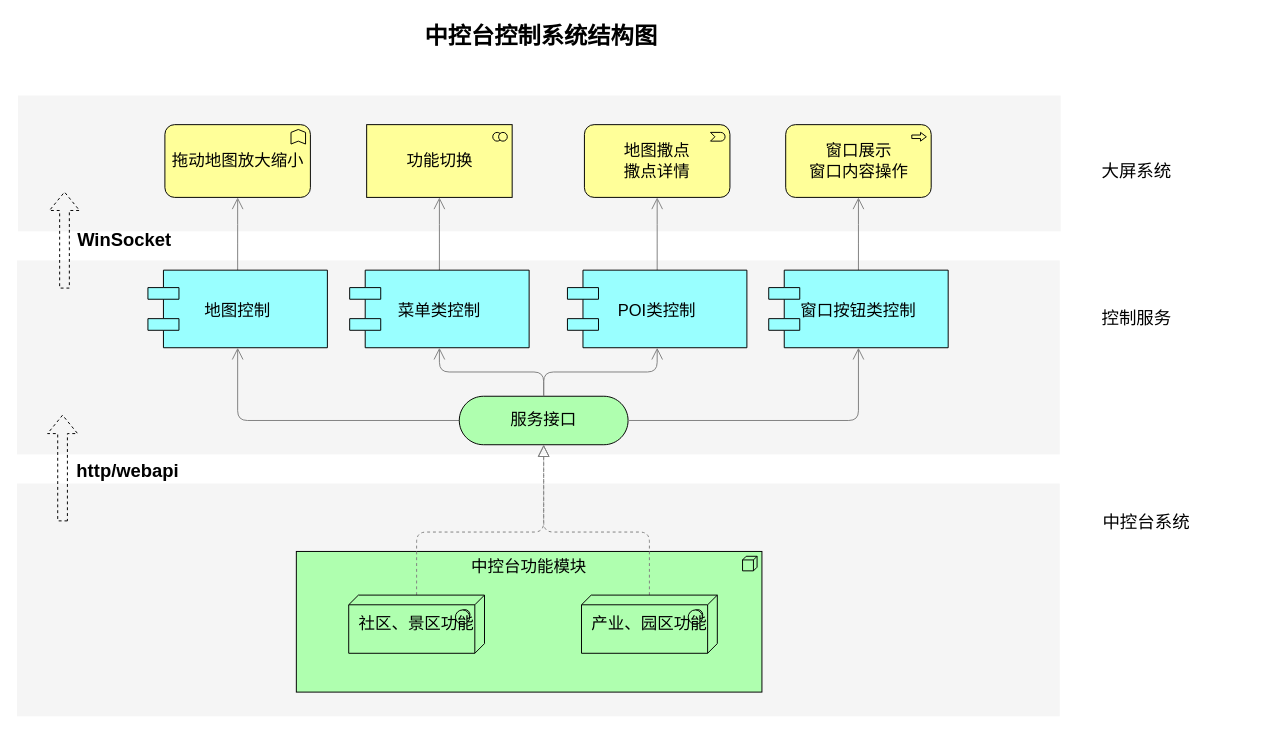
This is soft arch Lingang.drawio from DeanTuYu/DrawIo, a draw.io file, before an edit. Source tidied: cells renumbered, new cells numbered last; positions are measured from the earlier drawing's top-left corner, leaving out a move shared by most shapes. Both pictures are drawn from the tidied source at 97%, with x=0, y=0 at pixel (16, 16).
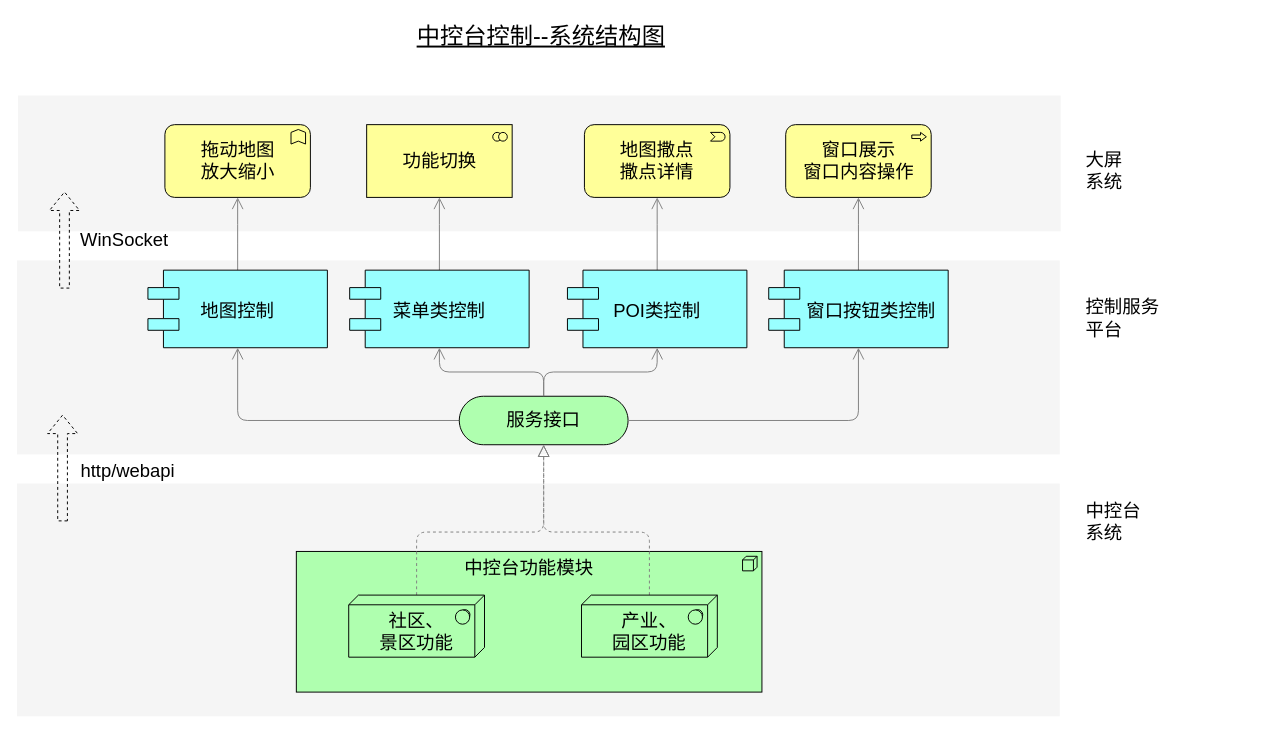
The same page after the edit.

What changed in the source:
```diff
@@
-    <mxCell id="2" style="whiteSpace=wrap;html=1;strokeColor=none;strokeWidth=1;fillColor=#f5f5f5;fontSize=14;" parent="1" vertex="1">
+    <mxCell id="2" style="whiteSpace=wrap;html=1;strokeColor=none;strokeWidth=1;fillColor=#f5f5f5;fontSize=19;" parent="1" vertex="1">
       <mxGeometry y="481" width="1075" height="240" as="geometry" />
     </mxCell>
-    <mxCell id="3" style="whiteSpace=wrap;html=1;strokeColor=none;strokeWidth=1;fillColor=#f5f5f5;fontSize=14;" parent="1" vertex="1">
+    <mxCell id="3" style="whiteSpace=wrap;html=1;strokeColor=none;strokeWidth=1;fillColor=#f5f5f5;fontSize=19;" parent="1" vertex="1">
       <mxGeometry y="251" width="1075" height="200" as="geometry" />
     </mxCell>
-    <mxCell id="4" style="whiteSpace=wrap;html=1;strokeColor=none;strokeWidth=1;fillColor=#f5f5f5;fontSize=14;" parent="1" vertex="1">
+    <mxCell id="4" style="whiteSpace=wrap;html=1;strokeColor=none;strokeWidth=1;fillColor=#f5f5f5;fontSize=19;" parent="1" vertex="1">
       <mxGeometry x="1" y="81" width="1075" height="140" as="geometry" />
     </mxCell>
-    <mxCell id="5" value="中控台功能模块" style="html=1;whiteSpace=wrap;fillColor=#AFFFAF;strokeColor=#000000;shape=mxgraph.archimate3.application;appType=node;archiType=square;fontSize=17;verticalAlign=top;" parent="1" vertex="1">
+    <mxCell id="5" value="中控台功能模块" style="html=1;whiteSpace=wrap;fillColor=#AFFFAF;strokeColor=#000000;shape=mxgraph.archimate3.application;appType=node;archiType=square;fontSize=19;verticalAlign=top;" parent="1" vertex="1">
       <mxGeometry x="288" y="551" width="480" height="145" as="geometry" />
     </mxCell>
-    <mxCell id="6" style="edgeStyle=orthogonalEdgeStyle;rounded=1;elbow=vertical;html=1;startSize=10;endArrow=block;endFill=0;endSize=10;jettySize=auto;strokeColor=#808080;fontSize=14;dashed=1;" parent="1" edge="1" source="7" target="12">
+    <mxCell id="6" style="edgeStyle=orthogonalEdgeStyle;rounded=1;elbow=vertical;html=1;startSize=10;endArrow=block;endFill=0;endSize=10;jettySize=auto;strokeColor=#808080;fontSize=19;dashed=1;" parent="1" edge="1" source="7" target="12">
       <mxGeometry relative="1" as="geometry">
         <Array as="points">
           <mxPoint x="412" y="531" />
           <mxPoint x="543" y="531" />
         </Array>
       </mxGeometry>
     </mxCell>
-    <mxCell id="7" value="社区、景区功能" style="html=1;whiteSpace=wrap;fillColor=#AFFFAF;strokeColor=#000000;shape=mxgraph.archimate3.tech;techType=sysSw;fontSize=17;" parent="1" vertex="1">
-      <mxGeometry x="342" y="596" width="140" height="60" as="geometry" />
+    <mxCell id="7" value="社区、&lt;br&gt;景区功能" style="html=1;whiteSpace=wrap;fillColor=#AFFFAF;strokeColor=#000000;shape=mxgraph.archimate3.tech;techType=sysSw;fontSize=19;verticalAlign=bottom;" parent="1" vertex="1">
+      <mxGeometry x="342" y="596" width="140" height="64" as="geometry" />
     </mxCell>
-    <mxCell id="8" style="edgeStyle=orthogonalEdgeStyle;rounded=1;elbow=vertical;html=1;startSize=10;endArrow=block;endFill=0;endSize=10;jettySize=auto;strokeColor=#808080;fontSize=14;dashed=1;entryX=0.5;entryY=1;entryDx=0;entryDy=0;entryPerimeter=0;" parent="1" edge="1" source="9" target="12">
+    <mxCell id="8" style="edgeStyle=orthogonalEdgeStyle;rounded=1;elbow=vertical;html=1;startSize=10;endArrow=block;endFill=0;endSize=10;jettySize=auto;strokeColor=#808080;fontSize=19;dashed=1;entryX=0.5;entryY=1;entryDx=0;entryDy=0;entryPerimeter=0;" parent="1" edge="1" source="9" target="12">
       <mxGeometry relative="1" as="geometry">
         <Array as="points">
           <mxPoint x="652" y="531" />
           <mxPoint x="543" y="531" />
         </Array>
       </mxGeometry>
     </mxCell>
-    <mxCell id="9" value="&lt;div style=&quot;font-size: 17px;&quot;&gt;产业、园区功能&lt;/div&gt;" style="html=1;whiteSpace=wrap;fillColor=#AFFFAF;strokeColor=#000000;shape=mxgraph.archimate3.tech;techType=sysSw;fontSize=17;" parent="1" vertex="1">
-      <mxGeometry x="582" y="596" width="140" height="60" as="geometry" />
+    <mxCell id="9" value="&lt;div style=&quot;font-size: 19px&quot;&gt;产业、&lt;/div&gt;&lt;div style=&quot;font-size: 19px&quot;&gt;园区功能&lt;/div&gt;" style="html=1;whiteSpace=wrap;fillColor=#AFFFAF;strokeColor=#000000;shape=mxgraph.archimate3.tech;techType=sysSw;fontSize=19;verticalAlign=bottom;" parent="1" vertex="1">
+      <mxGeometry x="582" y="596" width="140" height="64" as="geometry" />
     </mxCell>
-    <mxCell id="10" style="edgeStyle=orthogonalEdgeStyle;rounded=1;elbow=vertical;html=1;startSize=10;endArrow=open;endFill=0;endSize=10;jettySize=auto;strokeColor=#808080;fontSize=14;" parent="1" edge="1" source="12" target="18">
+    <mxCell id="10" style="edgeStyle=orthogonalEdgeStyle;rounded=1;elbow=vertical;html=1;startSize=10;endArrow=open;endFill=0;endSize=10;jettySize=auto;strokeColor=#808080;fontSize=19;" parent="1" edge="1" source="12" target="18">
       <mxGeometry relative="1" as="geometry" />
     </mxCell>
-    <mxCell id="11" style="rounded=1;elbow=vertical;html=1;startSize=10;endArrow=open;endFill=0;endSize=10;jettySize=auto;strokeColor=#808080;fontSize=14;entryX=0.5;entryY=1;exitX=0.265;exitY=0.007;exitPerimeter=0;edgeStyle=orthogonalEdgeStyle;entryDx=0;entryDy=0;" parent="1" edge="1" source="12" target="16">
+    <mxCell id="11" style="rounded=1;elbow=vertical;html=1;startSize=10;endArrow=open;endFill=0;endSize=10;jettySize=auto;strokeColor=#808080;fontSize=19;entryX=0.5;entryY=1;exitX=0.265;exitY=0.007;exitPerimeter=0;edgeStyle=orthogonalEdgeStyle;entryDx=0;entryDy=0;" parent="1" edge="1" source="12" target="16">
       <mxGeometry relative="1" as="geometry">
         <Array as="points">
           <mxPoint x="502" y="416" />
           <mxPoint x="228" y="416" />
         </Array>
       </mxGeometry>
     </mxCell>
-    <mxCell id="12" value="服务接口" style="html=1;whiteSpace=wrap;fillColor=#AFFFAF;strokeColor=#000000;shape=mxgraph.archimate3.service;fontSize=17;" parent="1" vertex="1">
+    <mxCell id="12" value="服务接口" style="html=1;whiteSpace=wrap;fillColor=#AFFFAF;strokeColor=#000000;shape=mxgraph.archimate3.service;fontSize=19;" parent="1" vertex="1">
       <mxGeometry x="456" y="391" width="174" height="50" as="geometry" />
     </mxCell>
-    <mxCell id="13" style="rounded=1;elbow=vertical;html=1;startSize=10;endArrow=open;endFill=0;endSize=10;jettySize=auto;strokeColor=#808080;fontSize=14;edgeStyle=orthogonalEdgeStyle;" parent="1" edge="1" source="12" target="22">
+    <mxCell id="13" style="rounded=1;elbow=vertical;html=1;startSize=10;endArrow=open;endFill=0;endSize=10;jettySize=auto;strokeColor=#808080;fontSize=19;edgeStyle=orthogonalEdgeStyle;" parent="1" edge="1" source="12" target="22">
       <mxGeometry relative="1" as="geometry" />
     </mxCell>
-    <mxCell id="14" style="edgeStyle=orthogonalEdgeStyle;rounded=1;elbow=vertical;html=1;startSize=10;endArrow=open;endFill=0;endSize=10;jettySize=auto;strokeColor=#808080;fontSize=14;entryX=0.5;entryY=1;" parent="1" edge="1" source="12" target="20">
+    <mxCell id="14" style="edgeStyle=orthogonalEdgeStyle;rounded=1;elbow=vertical;html=1;startSize=10;endArrow=open;endFill=0;endSize=10;jettySize=auto;strokeColor=#808080;fontSize=19;entryX=0.5;entryY=1;" parent="1" edge="1" source="12" target="20">
       <mxGeometry relative="1" as="geometry" />
     </mxCell>
-    <mxCell id="15" style="edgeStyle=elbowEdgeStyle;rounded=1;elbow=vertical;html=1;startSize=10;endArrow=open;endFill=0;endSize=10;jettySize=auto;strokeColor=#808080;fontSize=14;" parent="1" edge="1" source="16" target="23">
+    <mxCell id="15" style="edgeStyle=elbowEdgeStyle;rounded=1;elbow=vertical;html=1;startSize=10;endArrow=open;endFill=0;endSize=10;jettySize=auto;strokeColor=#808080;fontSize=19;" parent="1" edge="1" source="16" target="23">
       <mxGeometry relative="1" as="geometry" />
     </mxCell>
-    <mxCell id="16" value="地图控制" style="shape=component;align=center;strokeColor=#000000;fillColor=#99ffff;gradientColor=none;fontSize=17;" parent="1" vertex="1">
+    <mxCell id="16" value="地图控制" style="shape=component;align=center;strokeColor=#000000;fillColor=#99ffff;gradientColor=none;fontSize=19;" parent="1" vertex="1">
       <mxGeometry x="135" y="261" width="185" height="80" as="geometry" />
     </mxCell>
-    <mxCell id="17" style="edgeStyle=elbowEdgeStyle;rounded=1;elbow=vertical;html=1;startSize=10;endArrow=open;endFill=0;endSize=10;jettySize=auto;strokeColor=#808080;fontSize=14;" parent="1" edge="1" source="18" target="24">
+    <mxCell id="17" style="edgeStyle=elbowEdgeStyle;rounded=1;elbow=vertical;html=1;startSize=10;endArrow=open;endFill=0;endSize=10;jettySize=auto;strokeColor=#808080;fontSize=19;" parent="1" edge="1" source="18" target="24">
       <mxGeometry relative="1" as="geometry" />
     </mxCell>
-    <mxCell id="18" value="菜单类控制" style="shape=component;align=center;strokeColor=#000000;fillColor=#99ffff;gradientColor=none;fontSize=17;" parent="1" vertex="1">
+    <mxCell id="18" value="菜单类控制" style="shape=component;align=center;strokeColor=#000000;fillColor=#99ffff;gradientColor=none;fontSize=19;" parent="1" vertex="1">
       <mxGeometry x="343" y="261" width="185" height="80" as="geometry" />
     </mxCell>
-    <mxCell id="19" style="edgeStyle=elbowEdgeStyle;rounded=1;elbow=vertical;html=1;startSize=10;endArrow=open;endFill=0;endSize=10;jettySize=auto;strokeColor=#808080;fontSize=14;" parent="1" edge="1" source="20" target="25">
+    <mxCell id="19" style="edgeStyle=elbowEdgeStyle;rounded=1;elbow=vertical;html=1;startSize=10;endArrow=open;endFill=0;endSize=10;jettySize=auto;strokeColor=#808080;fontSize=19;" parent="1" edge="1" source="20" target="25">
       <mxGeometry relative="1" as="geometry" />
     </mxCell>
-    <mxCell id="20" value="POI类控制" style="shape=component;align=center;strokeColor=#000000;fillColor=#99ffff;gradientColor=none;fontSize=17;" parent="1" vertex="1">
+    <mxCell id="20" value="POI类控制" style="shape=component;align=center;strokeColor=#000000;fillColor=#99ffff;gradientColor=none;fontSize=19;" parent="1" vertex="1">
       <mxGeometry x="567.5" y="261" width="185" height="80" as="geometry" />
     </mxCell>
-    <mxCell id="21" style="edgeStyle=elbowEdgeStyle;rounded=1;elbow=vertical;html=1;startSize=10;endArrow=open;endFill=0;endSize=10;jettySize=auto;strokeColor=#808080;fontSize=14;" parent="1" edge="1" source="22" target="26">
+    <mxCell id="21" style="edgeStyle=elbowEdgeStyle;rounded=1;elbow=vertical;html=1;startSize=10;endArrow=open;endFill=0;endSize=10;jettySize=auto;strokeColor=#808080;fontSize=19;" parent="1" edge="1" source="22" target="26">
       <mxGeometry relative="1" as="geometry" />
     </mxCell>
-    <mxCell id="22" value="窗口按钮类控制" style="shape=component;align=center;strokeColor=#000000;fillColor=#99ffff;gradientColor=none;fontSize=17;" parent="1" vertex="1">
+    <mxCell id="22" value="     窗口按钮类控制" style="shape=component;align=center;strokeColor=#000000;fillColor=#99ffff;gradientColor=none;fontSize=19;verticalAlign=middle;" parent="1" vertex="1">
       <mxGeometry x="775" y="261" width="185" height="80" as="geometry" />
     </mxCell>
-    <mxCell id="23" value="拖动地图放大缩小" style="html=1;whiteSpace=wrap;fillColor=#ffff99;strokeColor=#000000;shape=mxgraph.archimate3.application;appType=func;archiType=rounded;fontSize=17;" parent="1" vertex="1">
+    <mxCell id="23" value="拖动地图&lt;br&gt;放大缩小" style="html=1;whiteSpace=wrap;fillColor=#ffff99;strokeColor=#000000;shape=mxgraph.archimate3.application;appType=func;archiType=rounded;fontSize=19;" parent="1" vertex="1">
       <mxGeometry x="152.5" y="111" width="150" height="75" as="geometry" />
     </mxCell>
-    <mxCell id="24" value="功能切换" style="html=1;whiteSpace=wrap;fillColor=#ffff99;strokeColor=#000000;shape=mxgraph.archimate3.application;appType=collab;archiType=square;fontSize=17;" parent="1" vertex="1">
+    <mxCell id="24" value="功能切换" style="html=1;whiteSpace=wrap;fillColor=#ffff99;strokeColor=#000000;shape=mxgraph.archimate3.application;appType=collab;archiType=square;fontSize=19;" parent="1" vertex="1">
       <mxGeometry x="360.5" y="111" width="150" height="75" as="geometry" />
     </mxCell>
-    <mxCell id="25" value="地图撒点&lt;br style=&quot;font-size: 17px;&quot;&gt;撒点详情&lt;br style=&quot;font-size: 17px;&quot;&gt;" style="html=1;whiteSpace=wrap;fillColor=#ffff99;strokeColor=#000000;shape=mxgraph.archimate3.application;appType=event;archiType=rounded;fontSize=17;" parent="1" vertex="1">
+    <mxCell id="25" value="地图撒点&lt;br style=&quot;font-size: 19px;&quot;&gt;撒点详情&lt;br style=&quot;font-size: 19px;&quot;&gt;" style="html=1;whiteSpace=wrap;fillColor=#ffff99;strokeColor=#000000;shape=mxgraph.archimate3.application;appType=event;archiType=rounded;fontSize=19;" parent="1" vertex="1">
       <mxGeometry x="585" y="111" width="150" height="75" as="geometry" />
     </mxCell>
-    <mxCell id="26" value="窗口展示&lt;br style=&quot;font-size: 17px&quot;&gt;窗口内容操作&lt;br style=&quot;font-size: 17px&quot;&gt;" style="html=1;whiteSpace=wrap;fillColor=#ffff99;strokeColor=#000000;shape=mxgraph.archimate3.application;appType=proc;archiType=rounded;fontSize=17;" parent="1" vertex="1">
+    <mxCell id="26" value="窗口展示&lt;br style=&quot;font-size: 19px;&quot;&gt;窗口内容操作&lt;br style=&quot;font-size: 19px;&quot;&gt;" style="html=1;whiteSpace=wrap;fillColor=#ffff99;strokeColor=#000000;shape=mxgraph.archimate3.application;appType=proc;archiType=rounded;fontSize=19;" parent="1" vertex="1">
       <mxGeometry x="792.5" y="111" width="150" height="75" as="geometry" />
     </mxCell>
-    <mxCell id="27" value="中控台系统" style="text;html=1;strokeColor=none;fillColor=none;align=center;verticalAlign=middle;whiteSpace=wrap;fontSize=18;" parent="1" vertex="1">
-      <mxGeometry x="1050" y="511" width="229" height="20" as="geometry" />
+    <mxCell id="27" value="中控台系统" style="text;html=1;strokeColor=none;fillColor=none;align=left;verticalAlign=middle;whiteSpace=wrap;fontSize=19;" parent="1" vertex="1">
+      <mxGeometry x="1100" y="511" width="60" height="20" as="geometry" />
     </mxCell>
-    <mxCell id="28" value="控制服务" style="text;html=1;strokeColor=none;fillColor=none;align=center;verticalAlign=middle;whiteSpace=wrap;fontSize=18;" parent="1" vertex="1">
-      <mxGeometry x="1039" y="301" width="231" height="20" as="geometry" />
+    <mxCell id="28" value="控制服务平台" style="text;html=1;strokeColor=none;fillColor=none;align=left;verticalAlign=middle;whiteSpace=wrap;fontSize=19;" parent="1" vertex="1">
+      <mxGeometry x="1100" y="301" width="80" height="20" as="geometry" />
     </mxCell>
-    <mxCell id="29" value="大屏系统" style="text;html=1;strokeColor=none;fillColor=none;align=center;verticalAlign=middle;whiteSpace=wrap;fontSize=18;" parent="1" vertex="1">
-      <mxGeometry x="1040" y="149" width="229" height="20" as="geometry" />
+    <mxCell id="29" value="大屏系统" style="text;html=1;strokeColor=none;fillColor=none;align=left;verticalAlign=middle;whiteSpace=wrap;fontSize=19;" parent="1" vertex="1">
+      <mxGeometry x="1100" y="149" width="50" height="20" as="geometry" />
     </mxCell>
-    <mxCell id="30" value="中控台控制系统结构图" style="text;strokeColor=none;fillColor=none;html=1;fontSize=24;fontStyle=1;verticalAlign=middle;align=center;" parent="1" vertex="1">
+    <mxCell id="30" value="中控台控制--系统结构图" style="text;strokeColor=none;fillColor=none;html=1;fontSize=24;fontStyle=4;verticalAlign=middle;align=center;" parent="1" vertex="1">
       <mxGeometry width="1080" height="40" as="geometry" />
     </mxCell>
-    <mxCell id="31" style="shape=flexArrow;endArrow=classic;html=1;fontSize=17;dashed=1;" parent="1" edge="1">
+    <mxCell id="31" style="shape=flexArrow;endArrow=classic;html=1;fontSize=19;dashed=1;" parent="1" edge="1">
       <mxGeometry relative="1" as="geometry">
         <mxPoint x="49" y="280" as="sourcePoint" />
         <mxPoint x="49" y="180" as="targetPoint" />
       </mxGeometry>
     </mxCell>
-    <mxCell id="32" style="shape=flexArrow;endArrow=classic;html=1;dashed=1;fontSize=17;" parent="1" edge="1">
+    <mxCell id="32" style="shape=flexArrow;endArrow=classic;html=1;dashed=1;fontSize=19;" parent="1" edge="1">
       <mxGeometry relative="1" as="geometry">
         <mxPoint x="47" y="520" as="sourcePoint" />
         <mxPoint x="47" y="410" as="targetPoint" />
       </mxGeometry>
     </mxCell>
-    <mxCell id="33" value="WinSocket" style="text;html=1;strokeColor=none;fillColor=none;align=center;verticalAlign=middle;whiteSpace=wrap;rounded=0;fontSize=19;fontStyle=1;" parent="1" vertex="1">
+    <mxCell id="33" value="WinSocket" style="text;html=1;strokeColor=none;fillColor=none;align=center;verticalAlign=middle;whiteSpace=wrap;rounded=0;fontSize=19;fontStyle=0;" parent="1" vertex="1">
       <mxGeometry x="82" y="221" width="58" height="20" as="geometry" />
     </mxCell>
-    <mxCell id="34" value="http/webapi" style="text;html=1;strokeColor=none;fillColor=none;align=center;verticalAlign=middle;whiteSpace=wrap;rounded=0;fontSize=19;fontStyle=1;" parent="1" vertex="1">
+    <mxCell id="34" value="http/webapi" style="text;html=1;strokeColor=none;fillColor=none;align=center;verticalAlign=middle;whiteSpace=wrap;rounded=0;fontSize=19;fontStyle=0;" parent="1" vertex="1">
       <mxGeometry x="79" y="459" width="71" height="20" as="geometry" />
     </mxCell>
```
